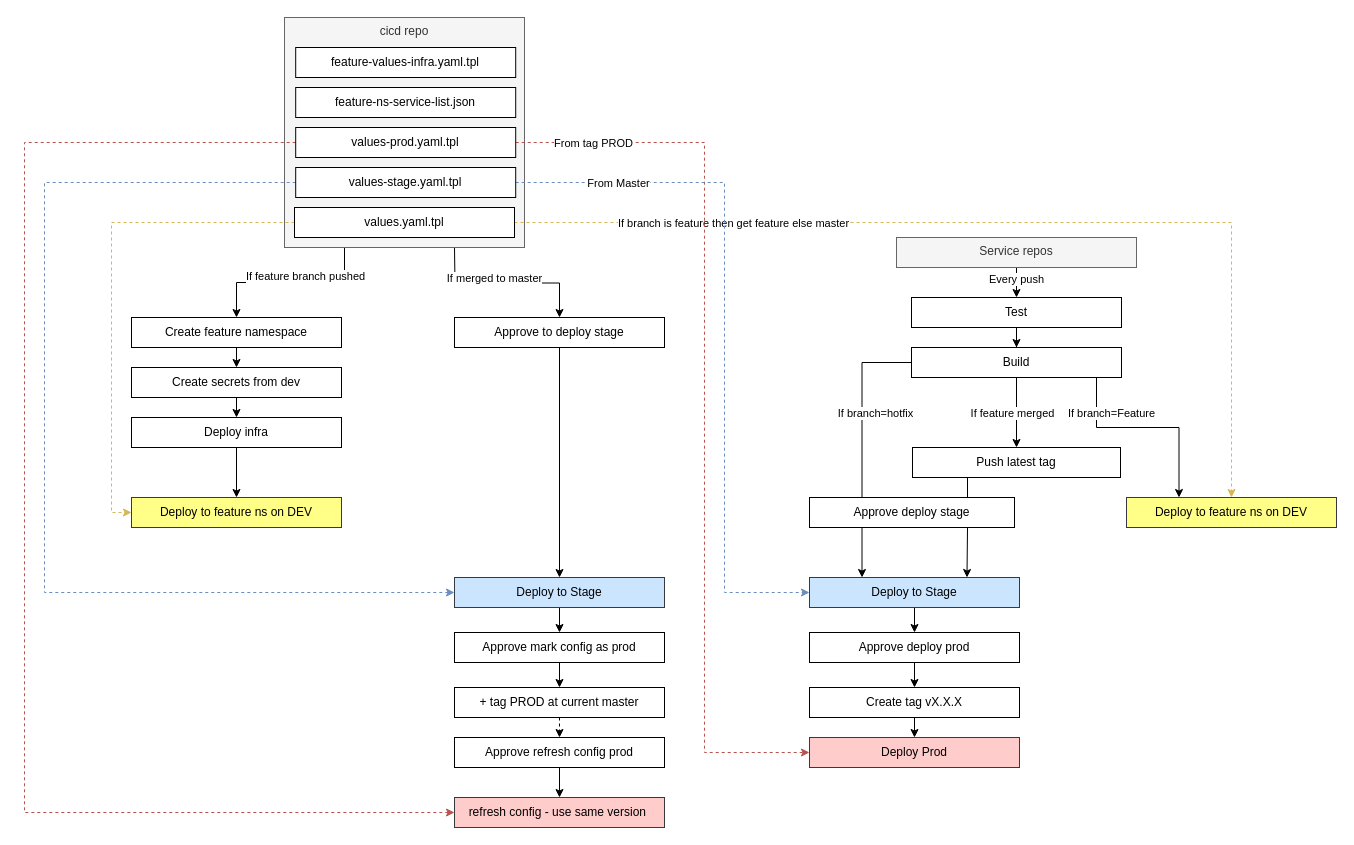
Before: cicd-cyb-v2.drawio in kpbll/draw.io, a draw.io diagram. Source tidied: cells renumbered, new cells numbered last; positions are measured from the earlier drawing's top-left corner, leaving out a move shared by most shapes. Both pictures are drawn from the tidied source at 100%, with x=0, y=0 at pixel (24, 17).
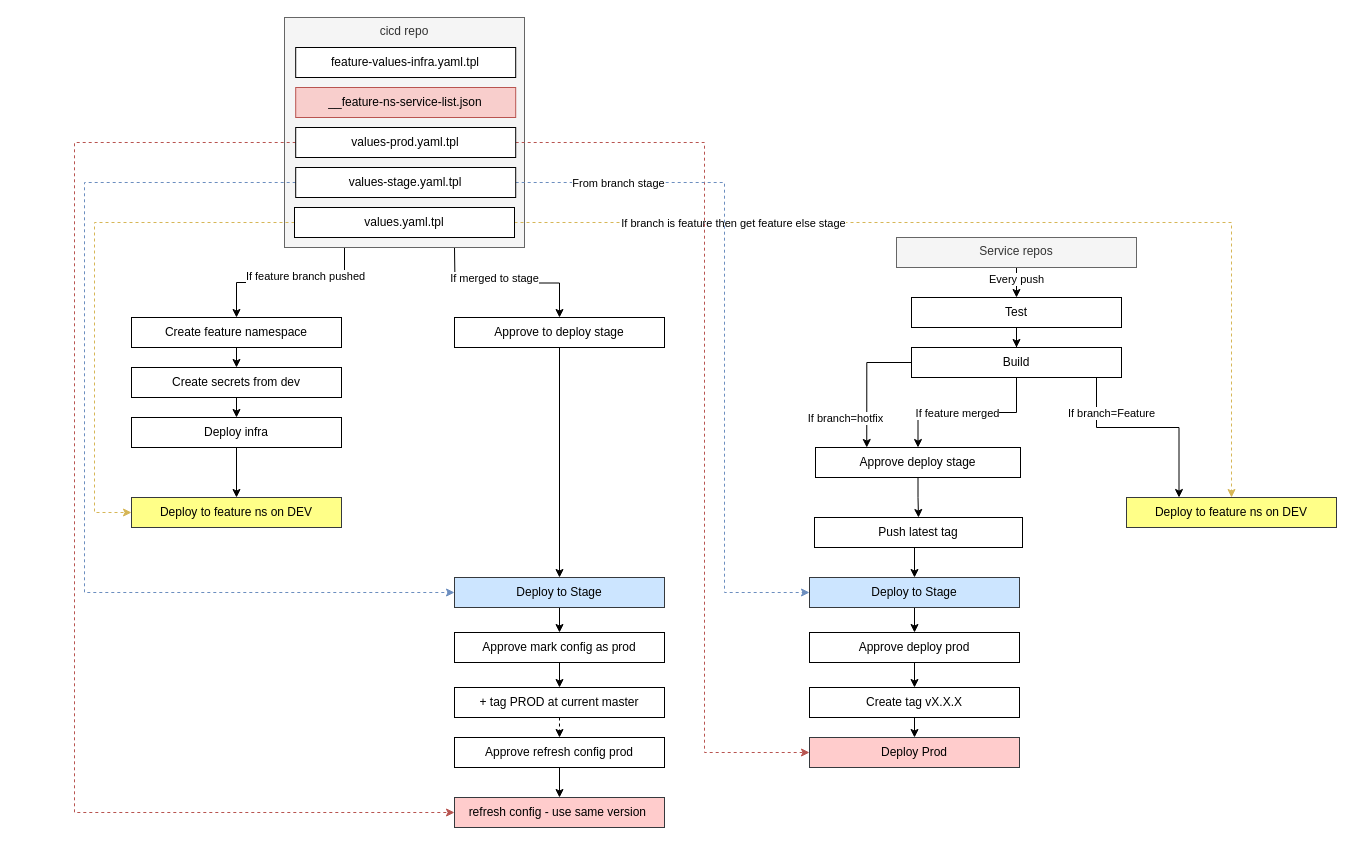
The same page after the edit.

The change refers to these unchanged cells:
```xml
<mxCell id="10" style="edgeStyle=orthogonalEdgeStyle;rounded=0;jettySize=auto;html=1;exitX=1;exitY=0.5;exitDx=0;exitDy=0;dashed=1;fillColor=#fff2cc;strokeColor=#d6b656;" parent="1" edge="1" source="13" target="39">
  <mxGeometry relative="1" as="geometry">
    <Array as="points">
      <mxPoint x="1207" y="205" />
    </Array>
  </mxGeometry>
</mxCell>
<mxCell id="13" value="values.yaml.tpl" style="rounded=0;whiteSpace=wrap;html=1;" parent="1" vertex="1">
  <mxGeometry x="270" y="190" width="220" height="30" as="geometry" />
</mxCell>
<mxCell id="14" style="edgeStyle=orthogonalEdgeStyle;rounded=0;jettySize=auto;html=1;exitX=1;exitY=0.5;exitDx=0;exitDy=0;entryX=0;entryY=0.5;entryDx=0;entryDy=0;dashed=1;fillColor=#f8cecc;strokeColor=#b85450;" parent="1" edge="1" source="17" target="40">
  <mxGeometry relative="1" as="geometry">
    <Array as="points">
      <mxPoint x="680" y="125" />
      <mxPoint x="680" y="735" />
    </Array>
  </mxGeometry>
</mxCell>
<mxCell id="17" value="values-prod.yaml.tpl" style="rounded=0;whiteSpace=wrap;html=1;" parent="1" vertex="1">
  <mxGeometry x="271.2" y="110" width="220" height="30" as="geometry" />
</mxCell>
<mxCell id="18" style="edgeStyle=orthogonalEdgeStyle;rounded=0;jettySize=auto;html=1;exitX=1;exitY=0.5;exitDx=0;exitDy=0;entryX=0;entryY=0.5;entryDx=0;entryDy=0;dashed=1;fillColor=#dae8fc;strokeColor=#6c8ebf;" parent="1" edge="1" source="21" target="28">
  <mxGeometry relative="1" as="geometry">
    <Array as="points">
      <mxPoint x="700" y="165" />
      <mxPoint x="700" y="575" />
    </Array>
  </mxGeometry>
</mxCell>
<mxCell id="21" value="values-stage.yaml.tpl" style="rounded=0;whiteSpace=wrap;html=1;" parent="1" vertex="1">
  <mxGeometry x="271.2" y="150" width="220" height="30" as="geometry" />
</mxCell>
<mxCell id="28" value="Deploy to Stage" style="rounded=0;whiteSpace=wrap;html=1;fillColor=#cce5ff;strokeColor=#36393d;" parent="1" vertex="1">
  <mxGeometry x="785" y="560" width="210" height="30" as="geometry" />
</mxCell>
<mxCell id="38" value="Build" style="rounded=0;whiteSpace=wrap;html=1;" parent="1" vertex="1">
  <mxGeometry x="887" y="330" width="210" height="30" as="geometry" />
</mxCell>
<mxCell id="53" value="Approve to deploy stage" style="rounded=0;whiteSpace=wrap;html=1;" parent="1" vertex="1">
  <mxGeometry x="430" y="300" width="210" height="30" as="geometry" />
</mxCell>
<mxCell id="55" value="Deploy to Stage" style="rounded=0;whiteSpace=wrap;html=1;fillColor=#cce5ff;strokeColor=#36393d;" parent="1" vertex="1">
  <mxGeometry x="430" y="560" width="210" height="30" as="geometry" />
</mxCell>
<mxCell id="58" value="refresh config&amp;nbsp;- use same version&amp;nbsp;" style="rounded=0;whiteSpace=wrap;html=1;fillColor=#ffcccc;strokeColor=#36393d;" parent="1" vertex="1">
  <mxGeometry x="430" y="780" width="210" height="30" as="geometry" />
</mxCell>
<mxCell id="61" value="Deploy to feature ns on DEV" style="rounded=0;whiteSpace=wrap;html=1;fillColor=#ffff88;strokeColor=#36393d;" parent="1" vertex="1">
  <mxGeometry x="107" y="480" width="210" height="30" as="geometry" />
</mxCell>
```

The edit, as a diff of the source:
```diff
@@
-    <mxCell id="4" value="&lt;span style=&quot;color: rgb(0, 0, 0); font-family: helvetica; font-size: 11px; font-style: normal; font-weight: 400; letter-spacing: normal; text-align: center; text-indent: 0px; text-transform: none; word-spacing: 0px; background-color: rgb(255, 255, 255); display: inline; float: none;&quot;&gt;If merged to master&lt;/span&gt;" style="edgeStyle=orthogonalEdgeStyle;rounded=0;jettySize=auto;html=1;exitX=0.75;exitY=1;exitDx=0;exitDy=0;entryX=0.5;entryY=0;entryDx=0;entryDy=0;" parent="1" edge="1" target="53">
+    <mxCell id="4" value="&lt;span style=&quot;color: rgb(0 , 0 , 0) ; font-family: &amp;#34;helvetica&amp;#34; ; font-size: 11px ; font-style: normal ; font-weight: 400 ; letter-spacing: normal ; text-align: center ; text-indent: 0px ; text-transform: none ; word-spacing: 0px ; background-color: rgb(255 , 255 , 255) ; display: inline ; float: none&quot;&gt;If merged to stage&lt;/span&gt;" style="edgeStyle=orthogonalEdgeStyle;rounded=0;jettySize=auto;html=1;exitX=0.75;exitY=1;exitDx=0;exitDy=0;entryX=0.5;entryY=0;entryDx=0;entryDy=0;" parent="1" edge="1" target="53">
       <mxGeometry x="-0.14" y="5" relative="1" as="geometry">
         <mxPoint x="430" y="230" as="sourcePoint" />
       </mxGeometry>
     </mxCell>
@@
-    <mxCell id="11" value="If branch is feature then get feature else master" style="edgeLabel;html=1;align=center;verticalAlign=middle;" parent="10" vertex="1">
+    <mxCell id="11" value="If branch is feature then get feature else stage" style="edgeLabel;html=1;align=center;verticalAlign=middle;" parent="10" vertex="1">
       <mxGeometry x="-0.35" y="2" relative="1" as="geometry">
         <mxPoint x="-104" y="2" as="offset" />
       </mxGeometry>
     </mxCell>
     <mxCell id="12" style="edgeStyle=orthogonalEdgeStyle;rounded=0;jettySize=auto;html=1;exitX=0;exitY=0.5;exitDx=0;exitDy=0;entryX=0;entryY=0.5;entryDx=0;entryDy=0;dashed=1;fillColor=#fff2cc;strokeColor=#d6b656;" parent="1" edge="1" source="13" target="61">
-      <mxGeometry relative="1" as="geometry" />
+      <mxGeometry relative="1" as="geometry">
+        <Array as="points">
+          <mxPoint x="70" y="205" />
+          <mxPoint x="70" y="495" />
+        </Array>
+      </mxGeometry>
     </mxCell>
@@
-    <mxCell id="15" value="From tag PROD" style="edgeLabel;html=1;align=center;verticalAlign=middle;" parent="14" vertex="1">
-      <mxGeometry x="-0.86" y="1" relative="1" as="geometry">
-        <mxPoint x="13.8" y="1" as="offset" />
-      </mxGeometry>
-    </mxCell>
     <mxCell id="16" style="edgeStyle=orthogonalEdgeStyle;rounded=0;jettySize=auto;html=1;exitX=0;exitY=0.5;exitDx=0;exitDy=0;entryX=0;entryY=0.5;entryDx=0;entryDy=0;dashed=1;fillColor=#f8cecc;strokeColor=#b85450;" parent="1" edge="1" source="17" target="58">
       <mxGeometry relative="1" as="geometry">
         <Array as="points">
-          <mxPoint y="125" />
-          <mxPoint y="795" />
+          <mxPoint x="50" y="125" />
+          <mxPoint x="50" y="795" />
         </Array>
       </mxGeometry>
     </mxCell>
@@
-    <mxCell id="19" value="From Master" style="edgeLabel;html=1;align=center;verticalAlign=middle;" parent="18" vertex="1">
+    <mxCell id="19" value="From branch stage" style="edgeLabel;html=1;align=center;verticalAlign=middle;" parent="18" vertex="1">
       <mxGeometry x="-0.71" relative="1" as="geometry" />
     </mxCell>
     <mxCell id="20" style="edgeStyle=orthogonalEdgeStyle;rounded=0;jettySize=auto;html=1;exitX=0;exitY=0.5;exitDx=0;exitDy=0;entryX=0;entryY=0.5;entryDx=0;entryDy=0;dashed=1;fillColor=#dae8fc;strokeColor=#6c8ebf;" parent="1" edge="1" source="21" target="55">
       <mxGeometry relative="1" as="geometry">
         <Array as="points">
-          <mxPoint x="20" y="165" />
-          <mxPoint x="20" y="575" />
+          <mxPoint x="60" y="165" />
+          <mxPoint x="60" y="575" />
         </Array>
       </mxGeometry>
     </mxCell>
@@
-    <mxCell id="34" style="edgeStyle=orthogonalEdgeStyle;rounded=0;jettySize=auto;html=1;exitX=0.5;exitY=1;exitDx=0;exitDy=0;entryX=0.5;entryY=0;entryDx=0;entryDy=0;" parent="1" edge="1" source="38" target="42">
+    <mxCell id="34" style="edgeStyle=orthogonalEdgeStyle;rounded=0;jettySize=auto;html=1;exitX=0.5;exitY=1;exitDx=0;exitDy=0;entryX=0.5;entryY=0;entryDx=0;entryDy=0;" parent="1" edge="1" source="38" target="45">
       <mxGeometry relative="1" as="geometry" />
     </mxCell>
@@
-    <mxCell id="36" style="edgeStyle=orthogonalEdgeStyle;rounded=0;jettySize=auto;html=1;exitX=0;exitY=0.5;exitDx=0;exitDy=0;entryX=0.25;entryY=0;entryDx=0;entryDy=0;" parent="1" edge="1" source="38" target="28">
+    <mxCell id="36" style="edgeStyle=orthogonalEdgeStyle;rounded=0;jettySize=auto;html=1;exitX=0;exitY=0.5;exitDx=0;exitDy=0;entryX=0.25;entryY=0;entryDx=0;entryDy=0;" parent="1" edge="1" source="38" target="45">
       <mxGeometry x="-0.23" y="23" relative="1" as="geometry">
         <mxPoint y="1" as="offset" />
       </mxGeometry>
     </mxCell>
     <mxCell id="37" value="&lt;span style=&quot;font-family: &amp;#34;helvetica&amp;#34;&quot;&gt;If branch=hotfix&lt;/span&gt;" style="edgeLabel;html=1;align=center;verticalAlign=middle;" parent="36" vertex="1">
       <mxGeometry x="-0.04" y="1" relative="1" as="geometry">
-        <mxPoint x="11.5" y="-27.5" as="offset" />
+        <mxPoint x="-22.3" y="37.7" as="offset" />
       </mxGeometry>
     </mxCell>
@@
-    <mxCell id="41" style="edgeStyle=orthogonalEdgeStyle;rounded=0;jettySize=auto;html=1;exitX=0.25;exitY=1;exitDx=0;exitDy=0;entryX=0.75;entryY=0;entryDx=0;entryDy=0;" parent="1" edge="1" source="42" target="28">
-      <mxGeometry relative="1" as="geometry">
-        <Array as="points">
-          <mxPoint x="943" y="460" />
-          <mxPoint x="943" y="510" />
-        </Array>
-      </mxGeometry>
+    <mxCell id="41" style="edgeStyle=orthogonalEdgeStyle;rounded=0;jettySize=auto;html=1;exitX=0.5;exitY=1;exitDx=0;exitDy=0;entryX=0.5;entryY=0;entryDx=0;entryDy=0;" parent="1" edge="1" source="42" target="28">
+      <mxGeometry relative="1" as="geometry" />
     </mxCell>
     <mxCell id="42" value="Push latest tag" style="rounded=0;whiteSpace=wrap;html=1;" parent="1" vertex="1">
-      <mxGeometry x="888" y="430" width="208" height="30" as="geometry" />
+      <mxGeometry x="790" y="500" width="208" height="30" as="geometry" />
     </mxCell>
@@
-    <mxCell id="44" value="feature-ns-service-list.json" style="rounded=0;whiteSpace=wrap;html=1;" parent="1" vertex="1">
+    <mxCell id="44" value="__feature-ns-service-list.json" style="rounded=0;whiteSpace=wrap;html=1;fillColor=#f8cecc;strokeColor=#b85450;" parent="1" vertex="1">
       <mxGeometry x="271.2" y="70" width="220" height="30" as="geometry" />
     </mxCell>
-    <mxCell id="45" value="Approve deploy stage" style="rounded=0;whiteSpace=wrap;html=1;" parent="1" vertex="1">
-      <mxGeometry x="785" y="480" width="205" height="30" as="geometry" />
-    </mxCell>
@@
+    <mxCell id="64" style="edgeStyle=orthogonalEdgeStyle;rounded=0;jettySize=auto;html=1;exitX=0.5;exitY=1;exitDx=0;exitDy=0;entryX=0.5;entryY=0;entryDx=0;entryDy=0;" parent="1" edge="1" source="45" target="42">
+      <mxGeometry relative="1" as="geometry" />
+    </mxCell>
+    <mxCell id="45" value="Approve deploy stage" style="rounded=0;whiteSpace=wrap;html=1;" parent="1" vertex="1">
+      <mxGeometry x="791" y="430" width="205" height="30" as="geometry" />
+    </mxCell>
```
